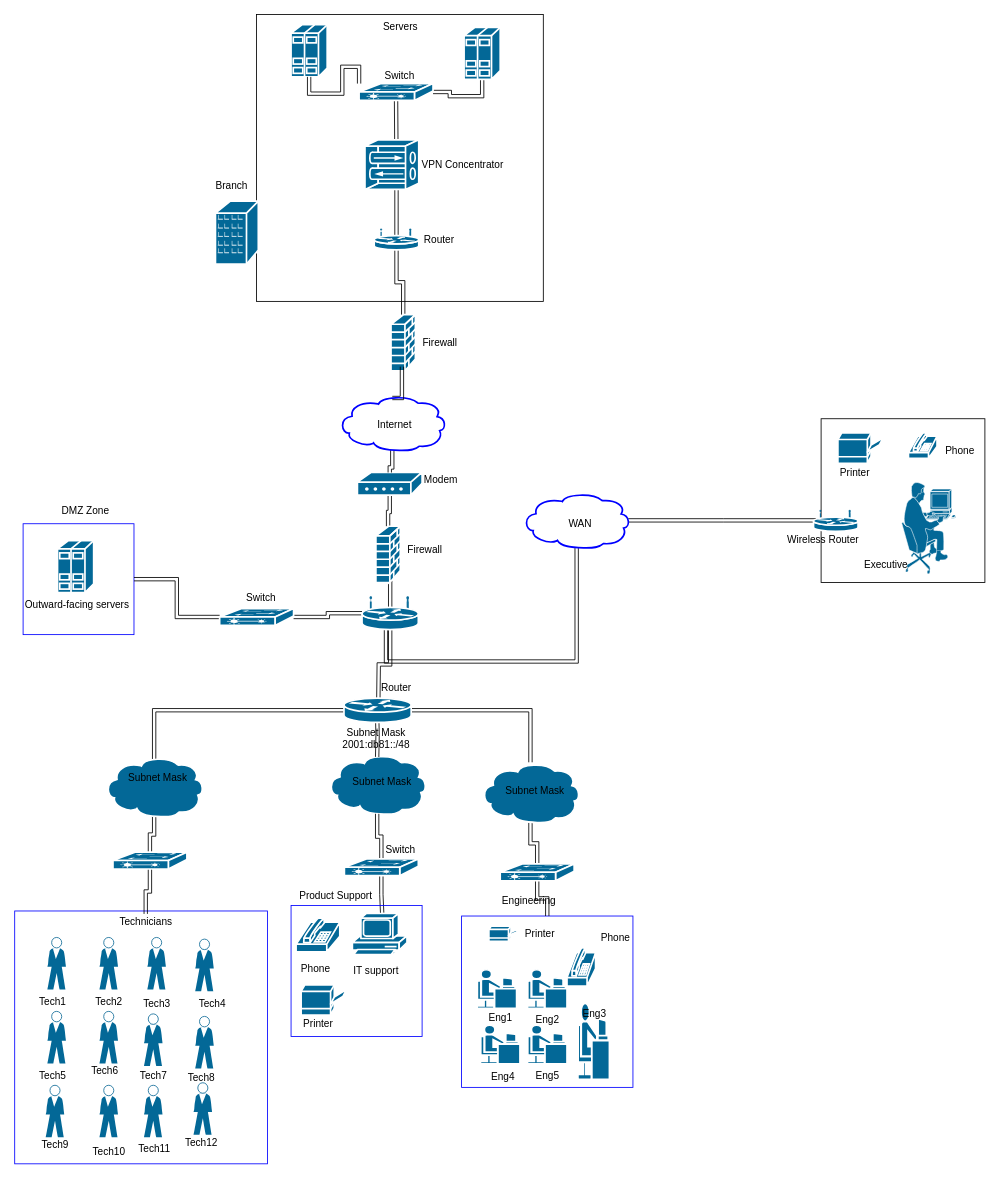
The draw.io diagram Subnet IPv6 Network.drawio in WDBug/WDBug, before the edit. Source tidied: cells renumbered, new cells numbered last; positions are measured from the earlier drawing's top-left corner, leaving out a move shared by most shapes. Both pictures are drawn from the tidied source at 84%, with x=0, y=0 at pixel (14, 14).
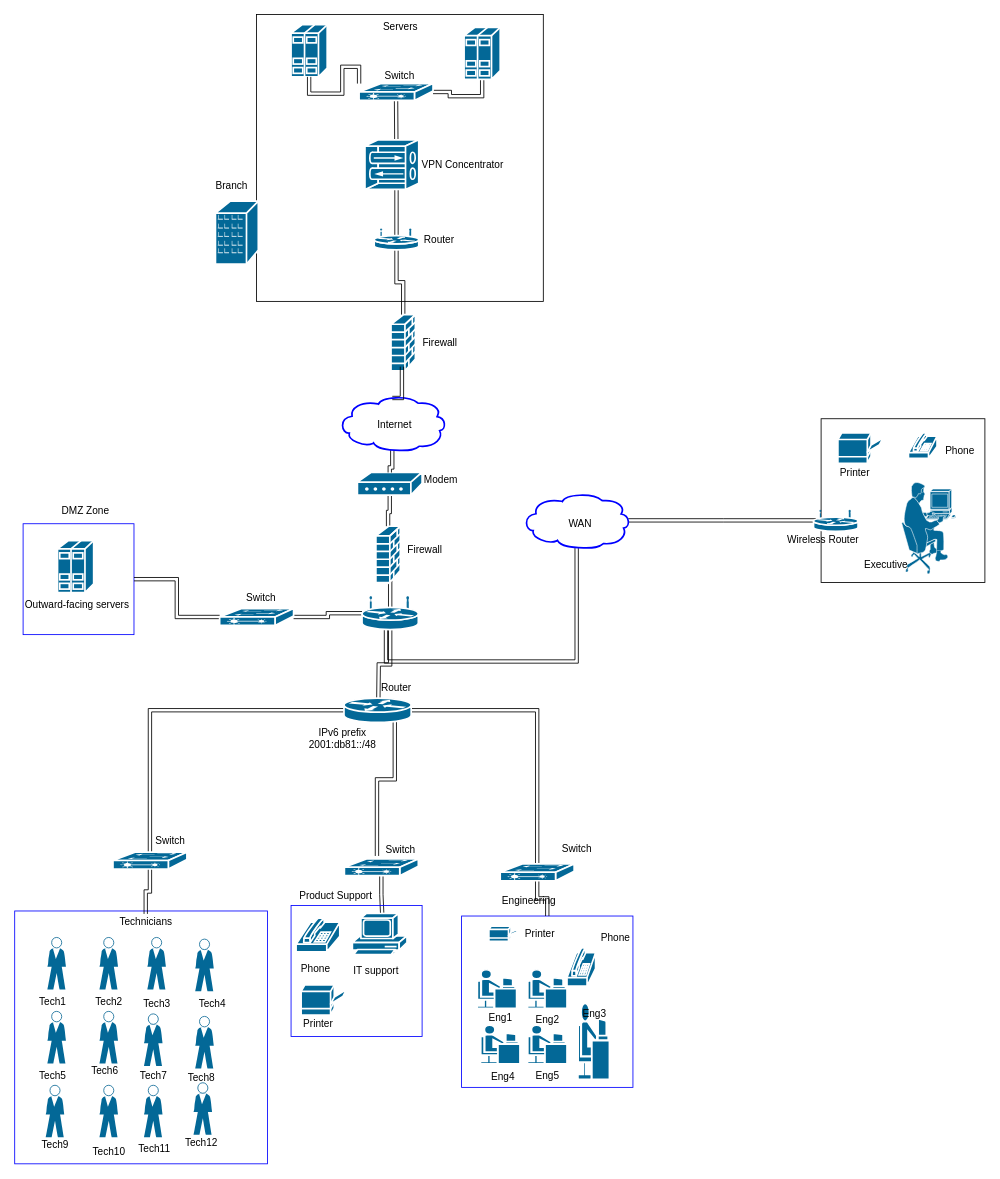
The same diagram, later.

Unchanged cells that the change refers to:
```xml
<mxCell id="38" value="Technicians" style="text;html=1;align=center;verticalAlign=middle;points=[];strokeColor=none;fillColor=none;" parent="1" vertex="1">
  <mxGeometry x="118" y="1070.5" width="76" height="18" as="geometry" />
</mxCell>
<mxCell id="65" value="Switch" style="text;html=1;align=center;verticalAlign=middle;points=[];strokeColor=none;fillColor=none;" parent="1" vertex="1">
  <mxGeometry x="436" y="985" width="46" height="18" as="geometry" />
</mxCell>
<mxCell id="109" style="shape=mxgraph.cisco.switches.layer_2_remote_switch;sketch=0;html=1;dashed=0;fillColor=#036897;strokeColor=#ffffff;strokeWidth=2;verticalLabelPosition=bottom;verticalAlign=top;align=center;outlineConnect=0;" parent="1" vertex="1">
  <mxGeometry x="392.5" y="1005" width="88" height="20" as="geometry" />
</mxCell>
<mxCell id="112" style="shape=mxgraph.cisco.routers.router;sketch=0;html=1;dashed=0;fillColor=#036897;strokeColor=#ffffff;strokeWidth=2;verticalLabelPosition=bottom;verticalAlign=top;align=center;outlineConnect=0;" parent="1" vertex="1">
  <mxGeometry x="392" y="813.5" width="80" height="29" as="geometry" />
</mxCell>
<mxCell id="121" style="shape=mxgraph.cisco.switches.layer_2_remote_switch;sketch=0;html=1;dashed=0;fillColor=#036897;strokeColor=#ffffff;strokeWidth=2;verticalLabelPosition=bottom;verticalAlign=top;align=center;outlineConnect=0;" parent="1" vertex="1">
  <mxGeometry x="117" y="997" width="88" height="20" as="geometry" />
</mxCell>
<mxCell id="123" style="shape=mxgraph.cisco.switches.layer_2_remote_switch;sketch=0;html=1;dashed=0;fillColor=#036897;strokeColor=#ffffff;strokeWidth=2;verticalLabelPosition=bottom;verticalAlign=top;align=center;outlineConnect=0;" parent="1" vertex="1">
  <mxGeometry x="578" y="1011" width="88" height="20" as="geometry" />
</mxCell>
```

The edit, as a diff of the source:
```diff
@@
-    <mxCell id="103" style="shape=mxgraph.cisco.storage.cloud;sketch=0;html=1;dashed=0;fillColor=#036897;strokeColor=#ffffff;strokeWidth=2;verticalLabelPosition=bottom;verticalAlign=top;align=center;outlineConnect=0;" parent="1" vertex="1">
-      <mxGeometry x="372" y="880" width="119" height="72" as="geometry" />
-    </mxCell>
-    <mxCell id="104" value="&lt;div&gt;Subnet Mask&lt;/div&gt;&lt;div&gt;&lt;br&gt;&lt;/div&gt;" style="text;html=1;align=center;verticalAlign=middle;strokeColor=none;fillColor=none;" parent="1" vertex="1">
-      <mxGeometry x="396" y="905" width="81" height="32" as="geometry" />
-    </mxCell>
@@
-    <mxCell id="107" style="edgeStyle=orthogonalEdgeStyle;shape=link;rounded=0;jettySize=auto;html=1;exitX=0.5;exitY=1;exitDx=0;exitDy=0;exitPerimeter=0;entryX=0.5;entryY=0.05;entryDx=0;entryDy=0;entryPerimeter=0;" parent="1" edge="1" target="103">
+    <mxCell id="107" style="edgeStyle=orthogonalEdgeStyle;shape=link;rounded=0;jettySize=auto;html=1;exitX=0.5;exitY=1;exitDx=0;exitDy=0;exitPerimeter=0;entryX=-0.103;entryY=0.917;entryDx=0;entryDy=0;entryPerimeter=0;" parent="1" edge="1" target="65">
       <mxGeometry relative="1" as="geometry">
         <mxPoint x="431.5" y="834.5" as="sourcePoint" />
       </mxGeometry>
     </mxCell>
-    <mxCell id="108" style="edgeStyle=orthogonalEdgeStyle;shape=link;rounded=0;jettySize=auto;html=1;exitX=0.5;exitY=0;exitDx=0;exitDy=0;exitPerimeter=0;entryX=0.5;entryY=0.99;entryDx=0;entryDy=0;entryPerimeter=0;" parent="1" edge="1" source="109" target="103">
-      <mxGeometry relative="1" as="geometry" />
-    </mxCell>
@@
-    <mxCell id="110" style="edgeStyle=orthogonalEdgeStyle;shape=link;rounded=0;jettySize=auto;html=1;entryX=0.5;entryY=0.05;entryDx=0;entryDy=0;entryPerimeter=0;" parent="1" edge="1" source="112" target="118">
-      <mxGeometry relative="1" as="geometry" />
-    </mxCell>
-    <mxCell id="111" style="edgeStyle=orthogonalEdgeStyle;shape=link;rounded=0;jettySize=auto;html=1;" parent="1" edge="1" source="112" target="115">
-      <mxGeometry relative="1" as="geometry" />
-    </mxCell>
+    <mxCell id="125" style="edgeStyle=orthogonalEdgeStyle;shape=link;rounded=0;jettySize=auto;html=1;entryX=0.5;entryY=0;entryDx=0;entryDy=0;entryPerimeter=0;" parent="1" edge="1" source="112" target="123">
+      <mxGeometry relative="1" as="geometry" />
+    </mxCell>
+    <mxCell id="126" style="edgeStyle=orthogonalEdgeStyle;shape=link;rounded=0;jettySize=auto;html=1;entryX=0.5;entryY=0;entryDx=0;entryDy=0;entryPerimeter=0;" parent="1" edge="1" source="112" target="121">
+      <mxGeometry relative="1" as="geometry" />
+    </mxCell>
@@
-    <mxCell id="114" style="edgeStyle=orthogonalEdgeStyle;shape=link;rounded=0;jettySize=auto;html=1;entryX=0.5;entryY=0;entryDx=0;entryDy=0;entryPerimeter=0;" parent="1" edge="1" source="115" target="123">
-      <mxGeometry relative="1" as="geometry" />
-    </mxCell>
-    <mxCell id="115" style="shape=mxgraph.cisco.storage.cloud;sketch=0;html=1;dashed=0;fillColor=#036897;strokeColor=#ffffff;strokeWidth=2;verticalLabelPosition=bottom;verticalAlign=top;align=center;outlineConnect=0;" parent="1" vertex="1">
-      <mxGeometry x="554.5" y="890" width="119" height="72" as="geometry" />
-    </mxCell>
-    <mxCell id="116" value="&lt;div&gt;Subnet Mask&lt;/div&gt;&lt;div&gt;&lt;br&gt;&lt;/div&gt;" style="text;html=1;align=center;verticalAlign=middle;strokeColor=none;fillColor=none;" parent="1" vertex="1">
-      <mxGeometry x="578.5" y="915" width="81" height="32" as="geometry" />
-    </mxCell>
-    <mxCell id="117" style="edgeStyle=orthogonalEdgeStyle;shape=link;rounded=0;jettySize=auto;html=1;entryX=0.5;entryY=0;entryDx=0;entryDy=0;entryPerimeter=0;" parent="1" edge="1" source="118" target="121">
-      <mxGeometry relative="1" as="geometry" />
-    </mxCell>
-    <mxCell id="118" style="shape=mxgraph.cisco.storage.cloud;sketch=0;html=1;dashed=0;fillColor=#036897;strokeColor=#ffffff;strokeWidth=2;verticalLabelPosition=bottom;verticalAlign=top;align=center;outlineConnect=0;" parent="1" vertex="1">
-      <mxGeometry x="106.5" y="883" width="119" height="72" as="geometry" />
-    </mxCell>
-    <mxCell id="119" value="&lt;div&gt;Subnet Mask&lt;/div&gt;&lt;div&gt;&lt;br&gt;&lt;/div&gt;" style="text;html=1;align=center;verticalAlign=middle;strokeColor=none;fillColor=none;" parent="1" vertex="1">
-      <mxGeometry x="129" y="900" width="81" height="32" as="geometry" />
-    </mxCell>
-    <mxCell id="120" style="edgeStyle=orthogonalEdgeStyle;shape=link;rounded=0;jettySize=auto;html=1;exitX=0.5;exitY=1;exitDx=0;exitDy=0;exitPerimeter=0;" parent="1" edge="1" source="121" target="38">
+    <mxCell id="120" style="edgeStyle=orthogonalEdgeStyle;shape=link;rounded=0;jettySize=auto;html=1;" parent="1" edge="1" source="121" target="38">
       <mxGeometry relative="1" as="geometry" />
     </mxCell>
@@
-    <mxCell id="124" value="&lt;div&gt;Subnet Mask&lt;/div&gt;&lt;div&gt;2001:db81::/48&lt;br&gt;&lt;/div&gt;" style="text;html=1;align=center;verticalAlign=middle;strokeColor=none;fillColor=none;" parent="1" vertex="1">
-      <mxGeometry x="383.5" y="846" width="92" height="32" as="geometry" />
+    <mxCell id="124" value="&lt;div&gt;IPv6 prefix&lt;br&gt;&lt;/div&gt;&lt;div&gt;2001:db81::/48&lt;br&gt;&lt;/div&gt;" style="text;html=1;align=center;verticalAlign=middle;strokeColor=none;fillColor=none;" parent="1" vertex="1">
+      <mxGeometry x="344" y="846" width="92" height="32" as="geometry" />
     </mxCell>
+    <mxCell id="127" value="Switch" style="text;html=1;align=center;verticalAlign=middle;strokeColor=none;fillColor=none;" parent="1" vertex="1">
+      <mxGeometry x="646" y="984" width="46" height="18" as="geometry" />
+    </mxCell>
+    <mxCell id="128" value="Switch" style="text;html=1;align=center;verticalAlign=middle;strokeColor=none;fillColor=none;" parent="1" vertex="1">
+      <mxGeometry x="162" y="975" width="46" height="18" as="geometry" />
+    </mxCell>
```
